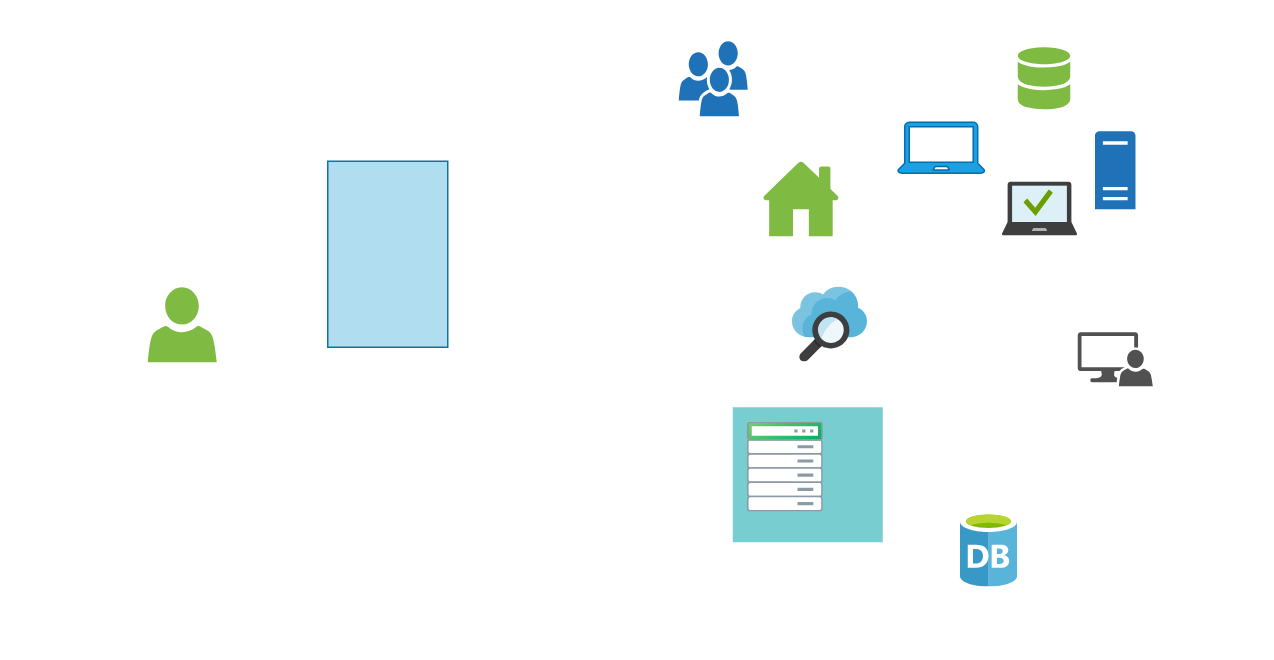
EkraBD/MyRep2 keeps this draw.io diagram as diagram.drawio. Above is the earlier version. Source tidied: cells renumbered, new cells numbered last; positions are measured from the earlier drawing's top-left corner, leaving out a move shared by most shapes. Both pictures are drawn from the tidied source at 150%, with x=0, y=0 at pixel (147, 40). Pictures stored in the file or linked from it are replaced by grey dashed boxes.
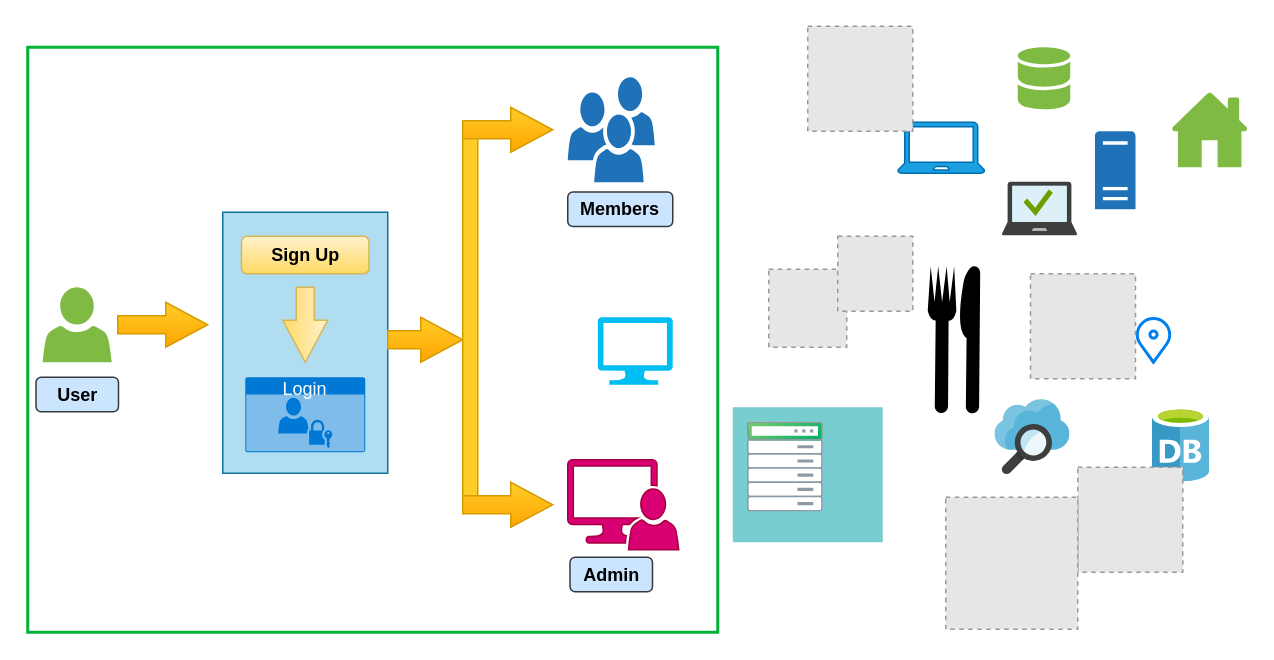
After the change.

Diff of the diagram source:
```diff
@@
     <mxCell id="2" style="image;sketch=0;html=1;align=center;fontSize=12;image=img/lib/mscae/Database_General.svg;" parent="1" vertex="1">
-      <mxGeometry x="542" y="314" width="38" height="50" as="geometry" />
+      <mxGeometry x="670" y="244" width="38" height="50" as="geometry" />
     </mxCell>
     <mxCell id="3" style="sketch=0;shadow=0;dashed=0;html=1;strokeColor=none;labelPosition=center;verticalLabelPosition=bottom;verticalAlign=top;align=center;shape=mxgraph.office.concepts.home;fillColor=#7FBA42;" parent="1" vertex="1">
-      <mxGeometry x="410" y="80" width="51" height="50" as="geometry" />
+      <mxGeometry x="682.5" y="34" width="51" height="50" as="geometry" />
     </mxCell>
@@
     <mxCell id="7" style="sketch=0;shadow=0;dashed=0;html=1;strokeColor=none;labelPosition=center;verticalLabelPosition=bottom;verticalAlign=top;align=center;shape=mxgraph.office.users.user;fillColor=#7FBA42;" parent="1" vertex="1">
-      <mxGeometry y="164" width="46" height="50" as="geometry" />
+      <mxGeometry x="-70" y="164" width="46" height="50" as="geometry" />
     </mxCell>
     <mxCell id="8" style="sketch=0;shadow=0;dashed=0;html=1;strokeColor=none;labelPosition=center;verticalLabelPosition=bottom;verticalAlign=top;align=center;shape=mxgraph.office.users.users;fillColor=#2072B8;" parent="1" vertex="1">
-      <mxGeometry x="354" width="46" height="50" as="geometry" />
+      <mxGeometry x="280" y="24" width="58" height="70" as="geometry" />
     </mxCell>
@@
-    <mxCell id="10" style="sketch=0;shadow=0;dashed=0;html=1;strokeColor=none;labelPosition=center;verticalLabelPosition=bottom;verticalAlign=top;align=center;fillColor=#515151;shape=mxgraph.mscae.system_center.admin_console;" parent="1" vertex="1">
-      <mxGeometry x="620" y="194" width="50" height="36" as="geometry" />
+    <mxCell id="10" style="sketch=0;shadow=0;dashed=0;html=1;strokeColor=#A50040;labelPosition=center;verticalLabelPosition=bottom;verticalAlign=top;align=center;fillColor=#d80073;shape=mxgraph.mscae.system_center.admin_console;fontColor=#ffffff;" parent="1" vertex="1">
+      <mxGeometry x="280" y="279" width="74" height="60" as="geometry" />
     </mxCell>
@@
     <mxCell id="13" style="image;sketch=0;html=1;align=center;fontSize=12;image=img/lib/mscae/Search.svg;" parent="1" vertex="1">
-      <mxGeometry x="430" y="164" width="50" height="50" as="geometry" />
+      <mxGeometry x="565" y="239" width="50" height="50" as="geometry" />
     </mxCell>
     <mxCell id="14" style="fillColor=#b1ddf0;strokeColor=#10739e;whiteSpace=wrap;html=1;" parent="1" vertex="1">
-      <mxGeometry x="120" y="80" width="80" height="124" as="geometry" />
+      <mxGeometry x="50" y="114" width="110" height="174" as="geometry" />
     </mxCell>
+    <mxCell id="15" style="html=1;verticalLabelPosition=bottom;align=center;labelBackgroundColor=#ffffff;verticalAlign=top;strokeWidth=2;strokeColor=#0080F0;shadow=0;dashed=0;shape=mxgraph.ios7.icons.location;" parent="1" vertex="1">
+      <mxGeometry x="658.5" y="184" width="24" height="30" as="geometry" />
+    </mxCell>
+    <mxCell id="16" style="edgeStyle=orthogonalEdgeStyle;rounded=0;orthogonalLoop=1;jettySize=auto;html=1;exitX=0.995;exitY=0.995;exitDx=0;exitDy=0;exitPerimeter=0;entryX=0.995;entryY=0.995;entryDx=0;entryDy=0;entryPerimeter=0;" parent="1" edge="1" source="17" target="17">
+      <mxGeometry relative="1" as="geometry" />
+    </mxCell>
+    <mxCell id="17" value="Login" style="html=1;whiteSpace=wrap;strokeColor=none;fillColor=#0079D6;labelPosition=center;verticalLabelPosition=middle;verticalAlign=top;align=center;fontSize=12;outlineConnect=0;spacingTop=-6;fontColor=#FFFFFF;sketch=0;shape=mxgraph.sitemap.login;" parent="1" vertex="1">
+      <mxGeometry x="65" y="224" width="80" height="50" as="geometry" />
+    </mxCell>
+    <mxCell id="18" style="shape=mxgraph.signs.food.restaurant_1;html=1;fillColor=#000000;strokeColor=none;verticalLabelPosition=bottom;verticalAlign=top;align=center;" parent="1" vertex="1">
+      <mxGeometry x="520" y="150" width="35" height="98" as="geometry" />
+    </mxCell>
+    <mxCell id="19" style="fillColor=#E6E6E6;strokeColor=#999999;dashed=1;html=1;verticalAlign=top;verticalLabelPosition=bottom;labelBackgroundColor=#ffffff;" parent="1" vertex="1">
+      <mxGeometry x="414" y="152" width="52" height="52" as="geometry" />
+    </mxCell>
+    <mxCell id="20" style="fillColor=#E6E6E6;strokeColor=#999999;dashed=1;html=1;verticalAlign=top;verticalLabelPosition=bottom;labelBackgroundColor=#ffffff;" parent="1" vertex="1">
+      <mxGeometry x="620" y="284" width="70" height="70" as="geometry" />
+    </mxCell>
+    <mxCell id="21" style="fillColor=#E6E6E6;strokeColor=#999999;dashed=1;html=1;verticalAlign=top;verticalLabelPosition=bottom;labelBackgroundColor=#ffffff;" parent="1" vertex="1">
+      <mxGeometry x="532" y="304" width="88" height="88" as="geometry" />
+    </mxCell>
+    <mxCell id="22" style="fillColor=#E6E6E6;strokeColor=#999999;dashed=1;html=1;verticalAlign=top;verticalLabelPosition=bottom;labelBackgroundColor=#ffffff;" parent="1" vertex="1">
+      <mxGeometry x="440" y="-10" width="70" height="70" as="geometry" />
+    </mxCell>
+    <mxCell id="23" style="fillColor=#E6E6E6;strokeColor=#999999;dashed=1;html=1;verticalAlign=top;verticalLabelPosition=bottom;labelBackgroundColor=#ffffff;" parent="1" vertex="1">
+      <mxGeometry x="588.5" y="155" width="70" height="70" as="geometry" />
+    </mxCell>
+    <mxCell id="24" style="fillColor=#E6E6E6;strokeColor=#999999;dashed=1;html=1;verticalAlign=top;verticalLabelPosition=bottom;labelBackgroundColor=#ffffff;" parent="1" vertex="1">
+      <mxGeometry x="460" y="130" width="50" height="50" as="geometry" />
+    </mxCell>
+    <mxCell id="25" style="html=1;shadow=0;dashed=0;align=center;verticalAlign=middle;shape=mxgraph.arrows2.arrow;dy=0.6;dx=28;notch=0;fillColor=#ffcd28;strokeColor=#d79b00;gradientColor=#ffa500;" parent="1" vertex="1">
+      <mxGeometry x="-20" y="174" width="60" height="30" as="geometry" />
+    </mxCell>
+    <mxCell id="26" value="&lt;font style=&quot;font-size: 12px;&quot; face=&quot;Helvetica&quot;&gt;Sign Up&lt;/font&gt;" style="rounded=1;whiteSpace=wrap;html=1;fontStyle=1;fontFamily=Times New Roman;fillColor=#fff2cc;gradientColor=#ffd966;strokeColor=#d6b656;fontSize=12;" parent="1" vertex="1">
+      <mxGeometry x="62.5" y="130" width="85" height="25" as="geometry" />
+    </mxCell>
+    <mxCell id="27" style="html=1;shadow=0;dashed=0;align=center;verticalAlign=middle;shape=mxgraph.arrows2.arrow;dy=0.6;dx=28;notch=0;fillColor=#fff2cc;strokeColor=#d6b656;gradientColor=#ffd966;rotation=90;" parent="1" vertex="1">
+      <mxGeometry x="80" y="174" width="50" height="30" as="geometry" />
+    </mxCell>
+    <mxCell id="28" style="html=1;shadow=0;dashed=0;align=center;verticalAlign=middle;shape=mxgraph.arrows2.arrow;dy=0.6;dx=28;notch=0;fillColor=#ffcd28;strokeColor=#d79b00;gradientColor=#ffa500;" parent="1" vertex="1">
+      <mxGeometry x="160" y="184" width="50" height="30" as="geometry" />
+    </mxCell>
+    <mxCell id="29" style="fillColor=#FFCD28;strokeColor=#d79b00;whiteSpace=wrap;html=1;gradientColor=none;" parent="1" vertex="1">
+      <mxGeometry x="210" y="54" width="10" height="260" as="geometry" />
+    </mxCell>
+    <mxCell id="30" style="html=1;shadow=0;dashed=0;align=center;verticalAlign=middle;shape=mxgraph.arrows2.arrow;dy=0.6;dx=28;notch=0;fillColor=#ffcd28;strokeColor=#d79b00;gradientColor=#ffa500;" parent="1" vertex="1">
+      <mxGeometry x="210" y="44" width="60" height="30" as="geometry" />
+    </mxCell>
+    <mxCell id="31" style="html=1;shadow=0;dashed=0;align=center;verticalAlign=middle;shape=mxgraph.arrows2.arrow;dy=0.6;dx=28;notch=0;fillColor=#ffcd28;strokeColor=#d79b00;gradientColor=#ffa500;" parent="1" vertex="1">
+      <mxGeometry x="210" y="294" width="60" height="30" as="geometry" />
+    </mxCell>
+    <mxCell id="32" value="&lt;font face=&quot;Helvetica&quot;&gt;User&lt;/font&gt;" style="rounded=1;whiteSpace=wrap;html=1;fontStyle=1;fontFamily=Times New Roman;fillColor=#cce5ff;strokeColor=#36393d;fontSize=12;" parent="1" vertex="1">
+      <mxGeometry x="-74.5" y="224" width="55" height="23" as="geometry" />
+    </mxCell>
+    <mxCell id="33" value="&lt;font face=&quot;Helvetica&quot;&gt;Admin&lt;/font&gt;" style="rounded=1;whiteSpace=wrap;html=1;fontStyle=1;fontFamily=Times New Roman;fillColor=#cce5ff;strokeColor=#36393d;fontSize=12;" parent="1" vertex="1">
+      <mxGeometry x="281.5" y="344" width="55" height="23" as="geometry" />
+    </mxCell>
+    <mxCell id="34" value="Members" style="rounded=1;whiteSpace=wrap;html=1;fontStyle=1;fontFamily=Helvetica;fillColor=#cce5ff;strokeColor=#36393d;fontSize=12;" parent="1" vertex="1">
+      <mxGeometry x="280" y="100.5" width="70" height="23" as="geometry" />
+    </mxCell>
+    <mxCell id="35" style="rounded=0;whiteSpace=wrap;html=1;fillColor=none;strokeColor=#00B336;strokeWidth=2;" parent="1" vertex="1">
+      <mxGeometry x="-80" y="4" width="460" height="390" as="geometry" />
+    </mxCell>
+    <mxCell id="36" style="verticalLabelPosition=bottom;html=1;verticalAlign=top;align=center;strokeColor=none;fillColor=#00BEF2;shape=mxgraph.azure.computer;" parent="1" vertex="1">
+      <mxGeometry x="300" y="184" width="50" height="45" as="geometry" />
+    </mxCell>
```
